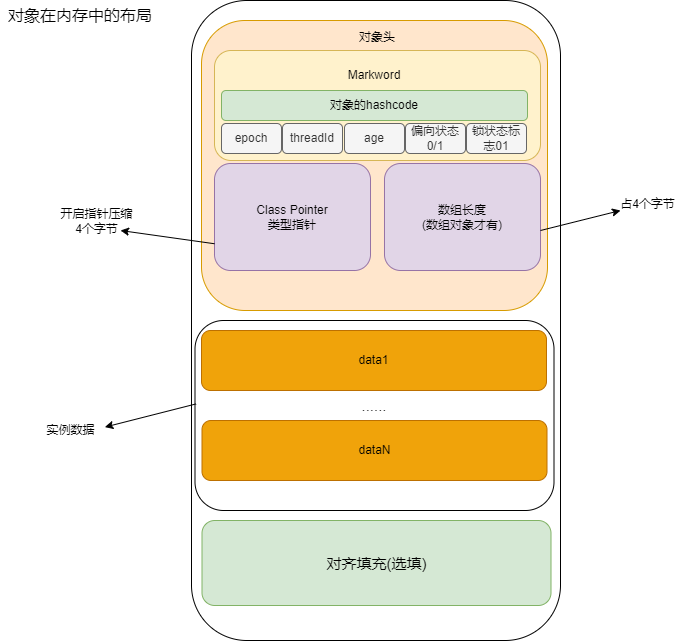
Above: JavaObject.png in LePeitiPrince/note-picture (draw.io), before the change. Source tidied: cells renumbered, new cells last; positions are measured from the earlier drawing's top-left corner, leaving out a move shared by most shapes.
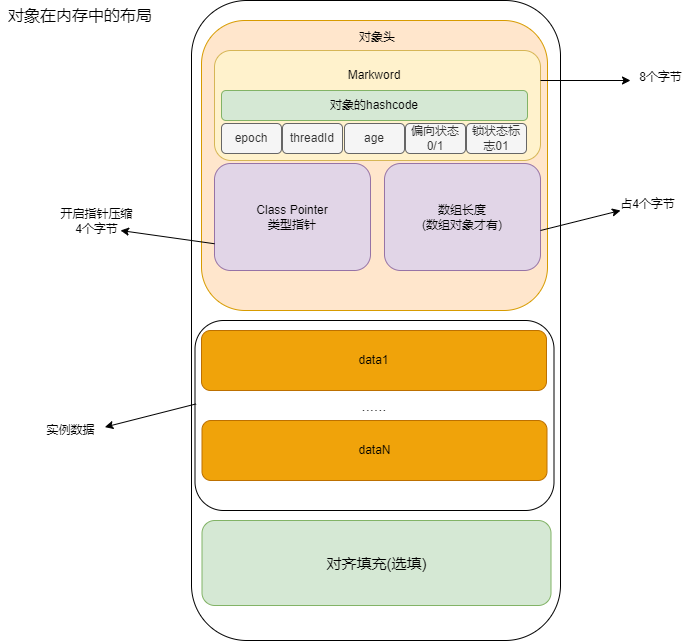
After the change.

Change to the diagram source:
```diff
@@ -82,5 +82,14 @@
     <mxCell id="26" value="&lt;font style=&quot;font-size: 16px&quot;&gt;对象在内存中的布局&lt;/font&gt;" style="text;html=1;strokeColor=none;fillColor=none;align=center;verticalAlign=middle;whiteSpace=wrap;rounded=0;fontSize=15;" parent="1" vertex="1">
       <mxGeometry width="160" height="30" as="geometry" />
     </mxCell>
+    <mxCell id="27" style="endArrow=classic;html=1;rounded=0;fontSize=16;" parent="1" edge="1">
+      <mxGeometry relative="1" as="geometry">
+        <mxPoint x="540" y="80" as="sourcePoint" />
+        <mxPoint x="630" y="80" as="targetPoint" />
+      </mxGeometry>
+    </mxCell>
+    <mxCell id="28" value="&lt;font style=&quot;font-size: 12px&quot;&gt;8个字节&lt;/font&gt;" style="text;html=1;align=center;verticalAlign=middle;strokeColor=none;fillColor=none;fontSize=16;" parent="1" vertex="1">
+      <mxGeometry x="630" y="60" width="60" height="30" as="geometry" />
+    </mxCell>
   </root>
 </mxGraphModel>
```
